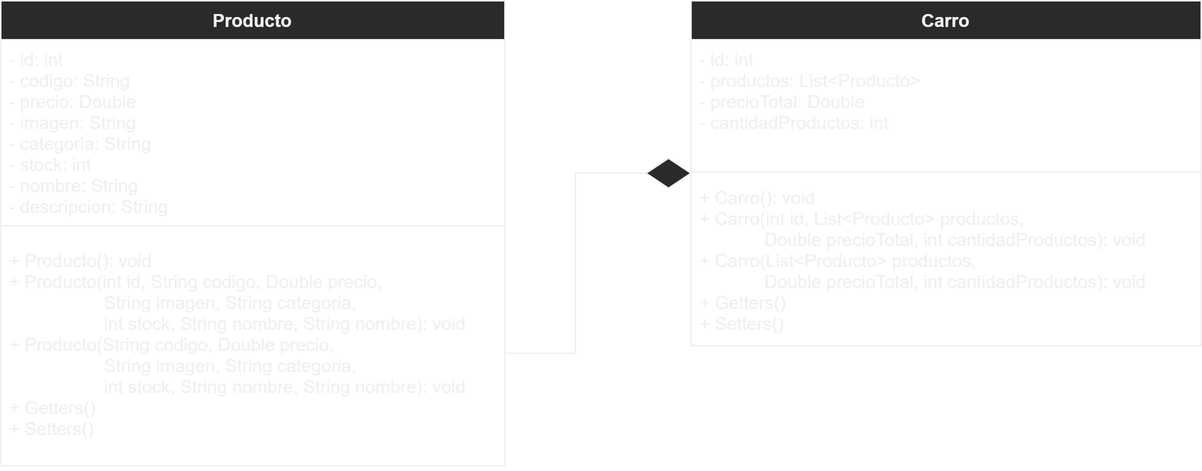
This is Diagrama de clases.png from Chirinoxi/proyecto-modulo2-backend, a draw.io export, as it was before one commit. Source tidied: cells renumbered, new cells last; positions are measured from the earlier drawing's top-left corner, leaving out a move shared by most shapes. Source of this version:
```xml
<mxGraphModel>
  <root>
    <mxCell id="0" />
    <mxCell id="1" parent="0" />
    <mxCell id="2" value="Producto" style="swimlane;fontStyle=1;align=center;verticalAlign=top;horizontal=1;startSize=26;" parent="1" vertex="1">
      <mxGeometry width="336" height="310" as="geometry" />
    </mxCell>
    <mxCell id="3" value="- id: int&#10;- codigo: String&#10;- precio: Double&#10;- imagen: String&#10;- categoria: String&#10;- stock: int&#10;- nombre: String&#10;- descripcion: String&#10;" style="text;strokeColor=none;fillColor=none;align=left;verticalAlign=top;spacingLeft=4;spacingRight=4;overflow=hidden;" parent="2" vertex="1">
      <mxGeometry y="26" width="336" height="114" as="geometry" />
    </mxCell>
    <mxCell id="4" style="line;strokeWidth=1;fillColor=none;align=left;verticalAlign=middle;spacingTop=-1;spacingLeft=3;spacingRight=3;labelPosition=right;" parent="2" vertex="1">
      <mxGeometry y="140" width="336" height="20" as="geometry" />
    </mxCell>
    <mxCell id="5" value="+ Producto(): void&#10;+ Producto(int id, String codigo, Double precio, &#10;                   String imagen, String categoria, &#10;                   int stock, String nombre, String nombre): void&#10;+ Producto(String codigo, Double precio,&#10;                   String imagen, String categoria,&#10;                   int stock, String nombre, String nombre): void&#10;+ Getters()&#10;+ Setters()" style="text;strokeColor=none;fillColor=none;align=left;verticalAlign=top;spacingLeft=4;spacingRight=4;overflow=hidden;points=[[0,0.5],[1,0.5]];portConstraint=eastwest;" parent="2" vertex="1">
      <mxGeometry y="160" width="336" height="150" as="geometry" />
    </mxCell>
    <mxCell id="6" value="Carro" style="swimlane;fontStyle=1;align=center;verticalAlign=top;horizontal=1;startSize=26;" parent="1" vertex="1">
      <mxGeometry x="460" width="340" height="230" as="geometry" />
    </mxCell>
    <mxCell id="7" value="- id: int&#10;- productos: List&lt;Producto&gt;&#10;- precioTotal: Double&#10;- cantidadProductos: int&#10;" style="text;strokeColor=none;fillColor=none;align=left;verticalAlign=top;spacingLeft=4;spacingRight=4;overflow=hidden;" parent="6" vertex="1">
      <mxGeometry y="26" width="340" height="84" as="geometry" />
    </mxCell>
    <mxCell id="8" style="line;strokeWidth=1;fillColor=none;align=left;verticalAlign=middle;spacingTop=-1;spacingLeft=3;spacingRight=3;labelPosition=right;" parent="6" vertex="1">
      <mxGeometry y="110" width="340" height="8" as="geometry" />
    </mxCell>
    <mxCell id="9" value="+ Carro(): void&#10;+ Carro(int id, List&lt;Producto&gt; productos, &#10;             Double precioTotal, int cantidadProductos): void&#10;+ Carro(List&lt;Producto&gt; productos,&#10;             Double precioTotal, int cantidadProductos): void&#10;+ Getters()&#10;+ Setters()" style="text;strokeColor=none;fillColor=none;align=left;verticalAlign=top;spacingLeft=4;spacingRight=4;overflow=hidden;" parent="6" vertex="1">
      <mxGeometry y="118" width="340" height="112" as="geometry" />
    </mxCell>
    <mxCell id="10" style="edgeStyle=orthogonalEdgeStyle;rounded=0;jettySize=auto;html=1;exitX=0;exitY=0.5;exitDx=0;exitDy=0;entryX=1;entryY=0.5;entryDx=0;entryDy=0;endArrow=none;endFill=0;" parent="1" edge="1" source="11" target="5">
      <mxGeometry relative="1" as="geometry" />
    </mxCell>
    <mxCell id="11" style="rhombus;" parent="1" vertex="1">
      <mxGeometry x="430" y="105" width="30" height="20" as="geometry" />
    </mxCell>
  </root>
</mxGraphModel>
```
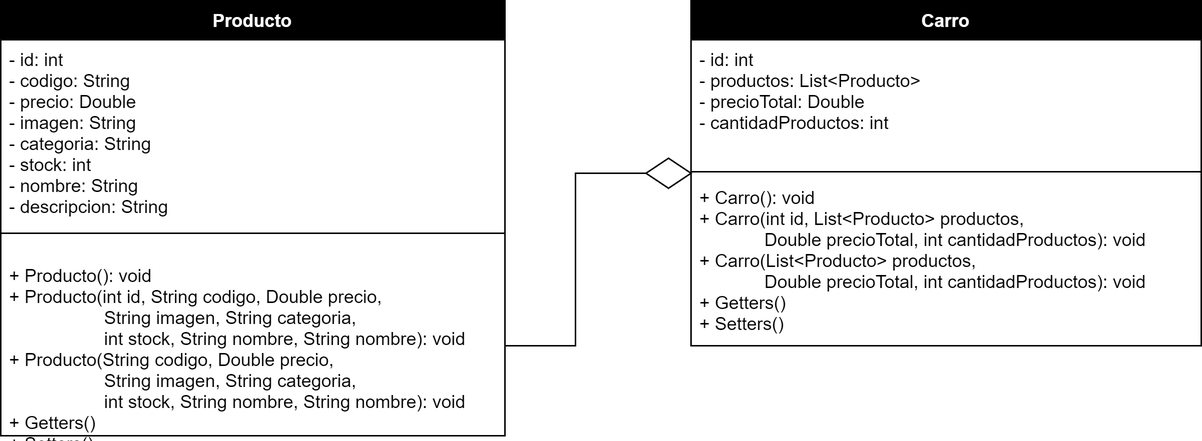
After the commit.

Commit message:
chore(README.md): se edita contenido en fichero README.md.

Change to the diagram source:
```diff
@@ -2,19 +2,19 @@
   <root>
     <mxCell id="0" />
     <mxCell id="1" parent="0" />
-    <mxCell id="2" value="Producto" style="swimlane;fontStyle=1;align=center;verticalAlign=top;horizontal=1;startSize=26;" parent="1" vertex="1">
-      <mxGeometry width="336" height="310" as="geometry" />
+    <mxCell id="2" value="Producto" style="swimlane;fontStyle=1;align=center;verticalAlign=top;horizontal=1;startSize=26;fillColor=#000000;fontColor=#FFFFFF;" parent="1" vertex="1">
+      <mxGeometry width="336" height="290" as="geometry" />
     </mxCell>
     <mxCell id="3" value="- id: int&#10;- codigo: String&#10;- precio: Double&#10;- imagen: String&#10;- categoria: String&#10;- stock: int&#10;- nombre: String&#10;- descripcion: String&#10;" style="text;strokeColor=none;fillColor=none;align=left;verticalAlign=top;spacingLeft=4;spacingRight=4;overflow=hidden;" parent="2" vertex="1">
       <mxGeometry y="26" width="336" height="114" as="geometry" />
     </mxCell>
     <mxCell id="4" style="line;strokeWidth=1;fillColor=none;align=left;verticalAlign=middle;spacingTop=-1;spacingLeft=3;spacingRight=3;labelPosition=right;" parent="2" vertex="1">
-      <mxGeometry y="140" width="336" height="20" as="geometry" />
+      <mxGeometry y="140" width="336" height="30" as="geometry" />
     </mxCell>
     <mxCell id="5" value="+ Producto(): void&#10;+ Producto(int id, String codigo, Double precio, &#10;                   String imagen, String categoria, &#10;                   int stock, String nombre, String nombre): void&#10;+ Producto(String codigo, Double precio,&#10;                   String imagen, String categoria,&#10;                   int stock, String nombre, String nombre): void&#10;+ Getters()&#10;+ Setters()" style="text;strokeColor=none;fillColor=none;align=left;verticalAlign=top;spacingLeft=4;spacingRight=4;overflow=hidden;points=[[0,0.5],[1,0.5]];portConstraint=eastwest;" parent="2" vertex="1">
-      <mxGeometry y="160" width="336" height="150" as="geometry" />
+      <mxGeometry y="170" width="336" height="120" as="geometry" />
     </mxCell>
-    <mxCell id="6" value="Carro" style="swimlane;fontStyle=1;align=center;verticalAlign=top;horizontal=1;startSize=26;" parent="1" vertex="1">
+    <mxCell id="6" value="Carro" style="swimlane;fontStyle=1;align=center;verticalAlign=top;horizontal=1;startSize=26;labelBackgroundColor=none;fontColor=#FFFFFF;fillColor=#000000;" parent="1" vertex="1">
       <mxGeometry x="460" width="340" height="230" as="geometry" />
     </mxCell>
     <mxCell id="7" value="- id: int&#10;- productos: List&lt;Producto&gt;&#10;- precioTotal: Double&#10;- cantidadProductos: int&#10;" style="text;strokeColor=none;fillColor=none;align=left;verticalAlign=top;spacingLeft=4;spacingRight=4;overflow=hidden;" parent="6" vertex="1">
```
